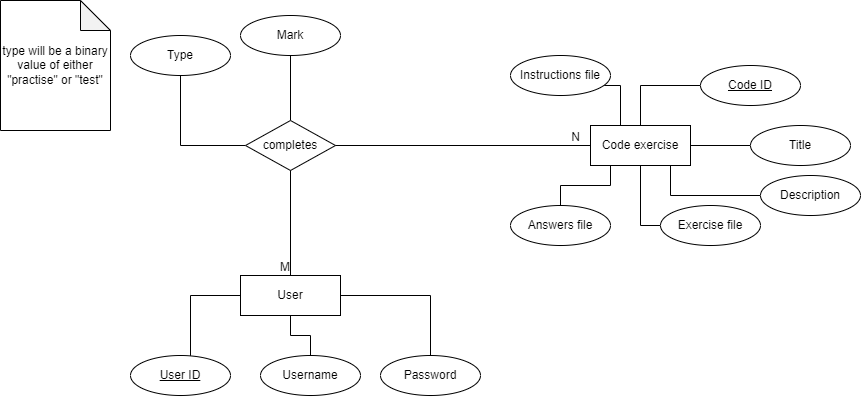
otto2048/honours-project keeps this draw.io diagram as design/ERD.png. Above is the earlier version. Source tidied: cells renumbered, new cells last; positions are measured from the earlier drawing's top-left corner, leaving out a move shared by most shapes. Its diagram source:
```xml
<mxGraphModel>
  <root>
    <mxCell id="0" />
    <mxCell id="1" parent="0" />
    <mxCell id="2" value="Code exercise" style="whiteSpace=wrap;html=1;align=center;" parent="1" vertex="1">
      <mxGeometry x="590" y="125" width="100" height="40" as="geometry" />
    </mxCell>
    <mxCell id="3" value="User" style="whiteSpace=wrap;html=1;align=center;" parent="1" vertex="1">
      <mxGeometry x="240" y="275" width="100" height="40" as="geometry" />
    </mxCell>
    <mxCell id="4" style="edgeStyle=orthogonalEdgeStyle;rounded=0;jettySize=auto;html=1;endArrow=none;endFill=0;" parent="1" edge="1" source="6" target="11">
      <mxGeometry relative="1" as="geometry" />
    </mxCell>
    <mxCell id="5" style="edgeStyle=orthogonalEdgeStyle;rounded=0;jettySize=auto;html=1;endArrow=none;endFill=0;" parent="1" edge="1" source="6" target="12">
      <mxGeometry relative="1" as="geometry" />
    </mxCell>
    <mxCell id="6" value="completes" style="shape=rhombus;perimeter=rhombusPerimeter;whiteSpace=wrap;html=1;align=center;" parent="1" vertex="1">
      <mxGeometry x="245" y="120" width="90" height="50" as="geometry" />
    </mxCell>
    <mxCell id="7" style="endArrow=none;html=1;rounded=0;exitX=0.5;exitY=0;exitDx=0;exitDy=0;" parent="1" edge="1" source="3" target="6">
      <mxGeometry relative="1" as="geometry" />
    </mxCell>
    <mxCell id="8" value="M" style="html=1;align=right;verticalAlign=bottom;" parent="7" vertex="1">
      <mxGeometry x="1" relative="1" as="geometry">
        <mxPoint y="105" as="offset" />
      </mxGeometry>
    </mxCell>
    <mxCell id="9" style="endArrow=none;html=1;rounded=0;" parent="1" edge="1" source="6" target="2">
      <mxGeometry relative="1" as="geometry" />
    </mxCell>
    <mxCell id="10" value="N" style="html=1;align=right;verticalAlign=bottom;" parent="9" vertex="1">
      <mxGeometry x="1" relative="1" as="geometry">
        <mxPoint x="-10" as="offset" />
      </mxGeometry>
    </mxCell>
    <mxCell id="11" value="Type" style="ellipse;whiteSpace=wrap;html=1;align=center;" parent="1" vertex="1">
      <mxGeometry x="130" y="35" width="100" height="40" as="geometry" />
    </mxCell>
    <mxCell id="12" value="Mark" style="ellipse;whiteSpace=wrap;html=1;align=center;" parent="1" vertex="1">
      <mxGeometry x="240" y="15" width="100" height="40" as="geometry" />
    </mxCell>
    <mxCell id="13" style="edgeStyle=orthogonalEdgeStyle;rounded=0;jettySize=auto;html=1;endArrow=none;endFill=0;" parent="1" edge="1" source="14" target="3">
      <mxGeometry relative="1" as="geometry">
        <Array as="points">
          <mxPoint x="190" y="295" />
        </Array>
      </mxGeometry>
    </mxCell>
    <mxCell id="14" value="User ID" style="ellipse;whiteSpace=wrap;html=1;align=center;fontStyle=4;" parent="1" vertex="1">
      <mxGeometry x="130" y="355" width="100" height="40" as="geometry" />
    </mxCell>
    <mxCell id="15" style="edgeStyle=orthogonalEdgeStyle;rounded=0;jettySize=auto;html=1;endArrow=none;endFill=0;" parent="1" edge="1" source="16" target="3">
      <mxGeometry relative="1" as="geometry" />
    </mxCell>
    <mxCell id="16" value="Username" style="ellipse;whiteSpace=wrap;html=1;align=center;" parent="1" vertex="1">
      <mxGeometry x="260" y="355" width="100" height="40" as="geometry" />
    </mxCell>
    <mxCell id="17" style="edgeStyle=orthogonalEdgeStyle;rounded=0;jettySize=auto;html=1;endArrow=none;endFill=0;" parent="1" edge="1" source="18" target="3">
      <mxGeometry relative="1" as="geometry">
        <Array as="points">
          <mxPoint x="430" y="295" />
        </Array>
      </mxGeometry>
    </mxCell>
    <mxCell id="18" value="Password" style="ellipse;whiteSpace=wrap;html=1;align=center;" parent="1" vertex="1">
      <mxGeometry x="380" y="355" width="100" height="40" as="geometry" />
    </mxCell>
    <mxCell id="19" style="edgeStyle=orthogonalEdgeStyle;rounded=0;jettySize=auto;html=1;endArrow=none;endFill=0;" parent="1" edge="1" source="20" target="2">
      <mxGeometry relative="1" as="geometry" />
    </mxCell>
    <mxCell id="20" value="&lt;u&gt;Code ID&lt;/u&gt;" style="ellipse;whiteSpace=wrap;html=1;align=center;" parent="1" vertex="1">
      <mxGeometry x="700" y="65" width="100" height="40" as="geometry" />
    </mxCell>
    <mxCell id="21" style="edgeStyle=orthogonalEdgeStyle;rounded=0;jettySize=auto;html=1;endArrow=none;endFill=0;" parent="1" edge="1" source="22" target="2">
      <mxGeometry relative="1" as="geometry" />
    </mxCell>
    <mxCell id="22" value="Title" style="ellipse;whiteSpace=wrap;html=1;align=center;" parent="1" vertex="1">
      <mxGeometry x="750" y="125" width="100" height="40" as="geometry" />
    </mxCell>
    <mxCell id="23" style="edgeStyle=orthogonalEdgeStyle;rounded=0;jettySize=auto;html=1;endArrow=none;endFill=0;" parent="1" edge="1" source="24" target="2">
      <mxGeometry relative="1" as="geometry">
        <Array as="points">
          <mxPoint x="670" y="195" />
        </Array>
      </mxGeometry>
    </mxCell>
    <mxCell id="24" value="Description" style="ellipse;whiteSpace=wrap;html=1;align=center;" parent="1" vertex="1">
      <mxGeometry x="760" y="175" width="100" height="40" as="geometry" />
    </mxCell>
    <mxCell id="25" style="edgeStyle=orthogonalEdgeStyle;rounded=0;jettySize=auto;html=1;endArrow=none;endFill=0;" parent="1" edge="1" source="26" target="2">
      <mxGeometry relative="1" as="geometry">
        <Array as="points">
          <mxPoint x="640" y="225" />
        </Array>
      </mxGeometry>
    </mxCell>
    <mxCell id="26" value="Exercise file" style="ellipse;whiteSpace=wrap;html=1;align=center;" parent="1" vertex="1">
      <mxGeometry x="660" y="205" width="100" height="40" as="geometry" />
    </mxCell>
    <mxCell id="27" style="edgeStyle=orthogonalEdgeStyle;rounded=0;jettySize=auto;html=1;endArrow=none;endFill=0;" parent="1" edge="1" source="28" target="2">
      <mxGeometry x="-0.22" y="15" relative="1" as="geometry">
        <Array as="points">
          <mxPoint x="560" y="185" />
          <mxPoint x="610" y="185" />
        </Array>
      </mxGeometry>
    </mxCell>
    <mxCell id="28" value="Answers file" style="ellipse;whiteSpace=wrap;html=1;align=center;" parent="1" vertex="1">
      <mxGeometry x="510" y="205" width="100" height="40" as="geometry" />
    </mxCell>
    <mxCell id="29" style="edgeStyle=orthogonalEdgeStyle;rounded=0;jettySize=auto;html=1;endArrow=none;endFill=0;" parent="1" edge="1" source="30" target="2">
      <mxGeometry relative="1" as="geometry">
        <Array as="points">
          <mxPoint x="580" y="85" />
          <mxPoint x="620" y="85" />
        </Array>
      </mxGeometry>
    </mxCell>
    <mxCell id="30" value="Instructions file" style="ellipse;whiteSpace=wrap;html=1;align=center;" parent="1" vertex="1">
      <mxGeometry x="510" y="55" width="100" height="40" as="geometry" />
    </mxCell>
    <mxCell id="31" value="type will be a binary value of either &quot;practise&quot; or &quot;test&quot;" style="shape=note;whiteSpace=wrap;html=1;backgroundOutline=1;darkOpacity=0.05;" parent="1" vertex="1">
      <mxGeometry width="110" height="130" as="geometry" />
    </mxCell>
  </root>
</mxGraphModel>
```
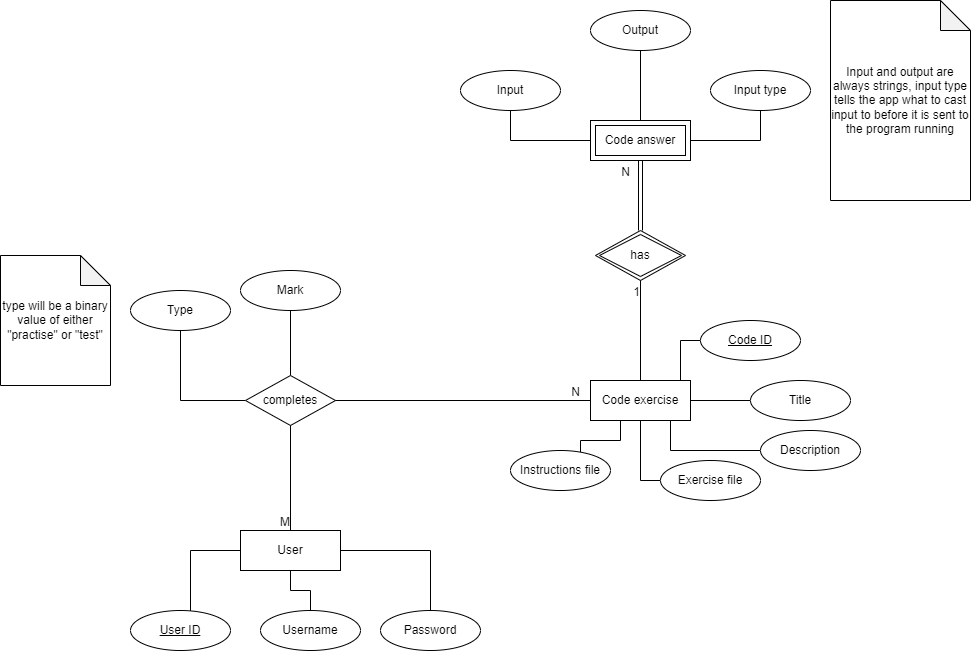
Later version of the same file.

Diff of the diagram source:
```diff
@@ -66,7 +66,11 @@
       <mxGeometry x="380" y="355" width="100" height="40" as="geometry" />
     </mxCell>
     <mxCell id="19" style="edgeStyle=orthogonalEdgeStyle;rounded=0;jettySize=auto;html=1;endArrow=none;endFill=0;" parent="1" edge="1" source="20" target="2">
-      <mxGeometry relative="1" as="geometry" />
+      <mxGeometry relative="1" as="geometry">
+        <Array as="points">
+          <mxPoint x="680" y="85" />
+        </Array>
+      </mxGeometry>
     </mxCell>
     <mxCell id="20" value="&lt;u&gt;Code ID&lt;/u&gt;" style="ellipse;whiteSpace=wrap;html=1;align=center;" parent="1" vertex="1">
       <mxGeometry x="700" y="65" width="100" height="40" as="geometry" />
@@ -97,30 +101,70 @@
     <mxCell id="26" value="Exercise file" style="ellipse;whiteSpace=wrap;html=1;align=center;" parent="1" vertex="1">
       <mxGeometry x="660" y="205" width="100" height="40" as="geometry" />
     </mxCell>
-    <mxCell id="27" style="edgeStyle=orthogonalEdgeStyle;rounded=0;jettySize=auto;html=1;endArrow=none;endFill=0;" parent="1" edge="1" source="28" target="2">
-      <mxGeometry x="-0.22" y="15" relative="1" as="geometry">
-        <Array as="points">
-          <mxPoint x="560" y="185" />
-          <mxPoint x="610" y="185" />
-        </Array>
-      </mxGeometry>
-    </mxCell>
-    <mxCell id="28" value="Answers file" style="ellipse;whiteSpace=wrap;html=1;align=center;" parent="1" vertex="1">
-      <mxGeometry x="510" y="205" width="100" height="40" as="geometry" />
-    </mxCell>
     <mxCell id="29" style="edgeStyle=orthogonalEdgeStyle;rounded=0;jettySize=auto;html=1;endArrow=none;endFill=0;" parent="1" edge="1" source="30" target="2">
       <mxGeometry relative="1" as="geometry">
         <Array as="points">
-          <mxPoint x="580" y="85" />
-          <mxPoint x="620" y="85" />
+          <mxPoint x="580" y="185" />
+          <mxPoint x="620" y="185" />
         </Array>
       </mxGeometry>
     </mxCell>
     <mxCell id="30" value="Instructions file" style="ellipse;whiteSpace=wrap;html=1;align=center;" parent="1" vertex="1">
-      <mxGeometry x="510" y="55" width="100" height="40" as="geometry" />
+      <mxGeometry x="510" y="195" width="100" height="40" as="geometry" />
     </mxCell>
     <mxCell id="31" value="type will be a binary value of either &quot;practise&quot; or &quot;test&quot;" style="shape=note;whiteSpace=wrap;html=1;backgroundOutline=1;darkOpacity=0.05;" parent="1" vertex="1">
       <mxGeometry width="110" height="130" as="geometry" />
     </mxCell>
+    <mxCell id="32" value="Code answer" style="shape=ext;margin=3;double=1;whiteSpace=wrap;html=1;align=center;" parent="1" vertex="1">
+      <mxGeometry x="590" y="-135" width="100" height="40" as="geometry" />
+    </mxCell>
+    <mxCell id="33" value="has" style="shape=rhombus;double=1;perimeter=rhombusPerimeter;whiteSpace=wrap;html=1;align=center;" parent="1" vertex="1">
+      <mxGeometry x="595" y="-25" width="90" height="50" as="geometry" />
+    </mxCell>
+    <mxCell id="34" style="endArrow=none;html=1;rounded=0;" parent="1" edge="1" source="2" target="33">
+      <mxGeometry relative="1" as="geometry" />
+    </mxCell>
+    <mxCell id="35" value="1" style="html=1;align=right;verticalAlign=bottom;" parent="34" vertex="1">
+      <mxGeometry x="1" relative="1" as="geometry">
+        <mxPoint y="20" as="offset" />
+      </mxGeometry>
+    </mxCell>
+    <mxCell id="36" style="shape=link;html=1;rounded=0;endArrow=none;endFill=0;" parent="1" edge="1" source="33" target="32">
+      <mxGeometry relative="1" as="geometry" />
+    </mxCell>
+    <mxCell id="37" value="N" style="html=1;align=right;verticalAlign=bottom;" parent="36" vertex="1">
+      <mxGeometry x="1" relative="1" as="geometry">
+        <mxPoint x="-10" y="20" as="offset" />
+      </mxGeometry>
+    </mxCell>
+    <mxCell id="38" style="edgeStyle=orthogonalEdgeStyle;rounded=0;jettySize=auto;html=1;endArrow=none;endFill=0;" parent="1" edge="1" source="39" target="32">
+      <mxGeometry relative="1" as="geometry">
+        <Array as="points">
+          <mxPoint x="510" y="-115" />
+        </Array>
+      </mxGeometry>
+    </mxCell>
+    <mxCell id="39" value="Input" style="ellipse;whiteSpace=wrap;html=1;align=center;" parent="1" vertex="1">
+      <mxGeometry x="460" y="-185" width="100" height="40" as="geometry" />
+    </mxCell>
+    <mxCell id="40" style="edgeStyle=orthogonalEdgeStyle;rounded=0;jettySize=auto;html=1;endArrow=none;endFill=0;" parent="1" edge="1" source="41" target="32">
+      <mxGeometry relative="1" as="geometry" />
+    </mxCell>
+    <mxCell id="41" value="Output" style="ellipse;whiteSpace=wrap;html=1;align=center;" parent="1" vertex="1">
+      <mxGeometry x="590" y="-245" width="100" height="40" as="geometry" />
+    </mxCell>
+    <mxCell id="42" style="edgeStyle=orthogonalEdgeStyle;rounded=0;jettySize=auto;html=1;endArrow=none;endFill=0;" parent="1" edge="1" source="43" target="32">
+      <mxGeometry relative="1" as="geometry">
+        <Array as="points">
+          <mxPoint x="760" y="-115" />
+        </Array>
+      </mxGeometry>
+    </mxCell>
+    <mxCell id="43" value="Input type" style="ellipse;whiteSpace=wrap;html=1;align=center;" parent="1" vertex="1">
+      <mxGeometry x="710" y="-185" width="100" height="40" as="geometry" />
+    </mxCell>
+    <mxCell id="44" value="Input and output are always strings, input type tells the app what to cast input to before it is sent to the program running" style="shape=note;whiteSpace=wrap;html=1;backgroundOutline=1;darkOpacity=0.05;" parent="1" vertex="1">
+      <mxGeometry x="830" y="-255" width="140" height="200" as="geometry" />
+    </mxCell>
   </root>
 </mxGraphModel>
```
